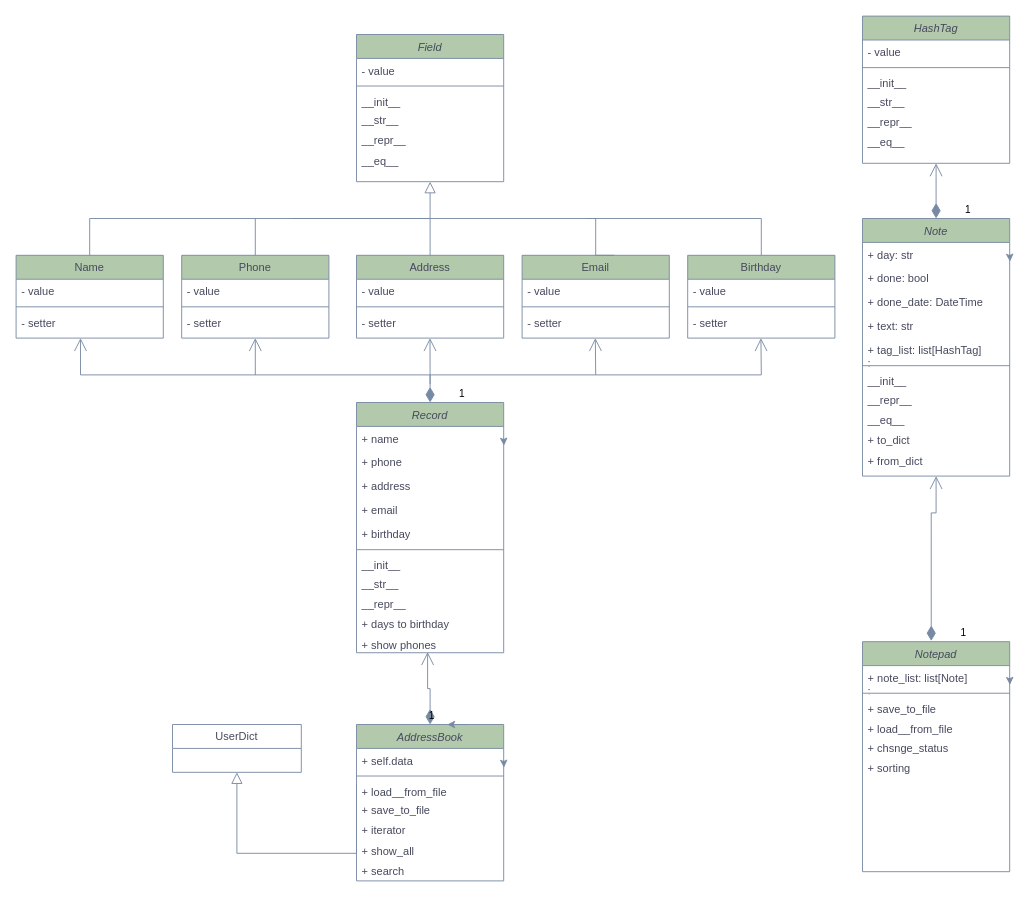
Before: Диаграмма без названия.drawio in Nton118/memomind, a draw.io diagram. Source tidied: cells renumbered, new cells numbered last; positions are measured from the earlier drawing's top-left corner, leaving out a move shared by most shapes. Both pictures are drawn from the tidied source at 92%, with x=0, y=0 at pixel (16, 16).
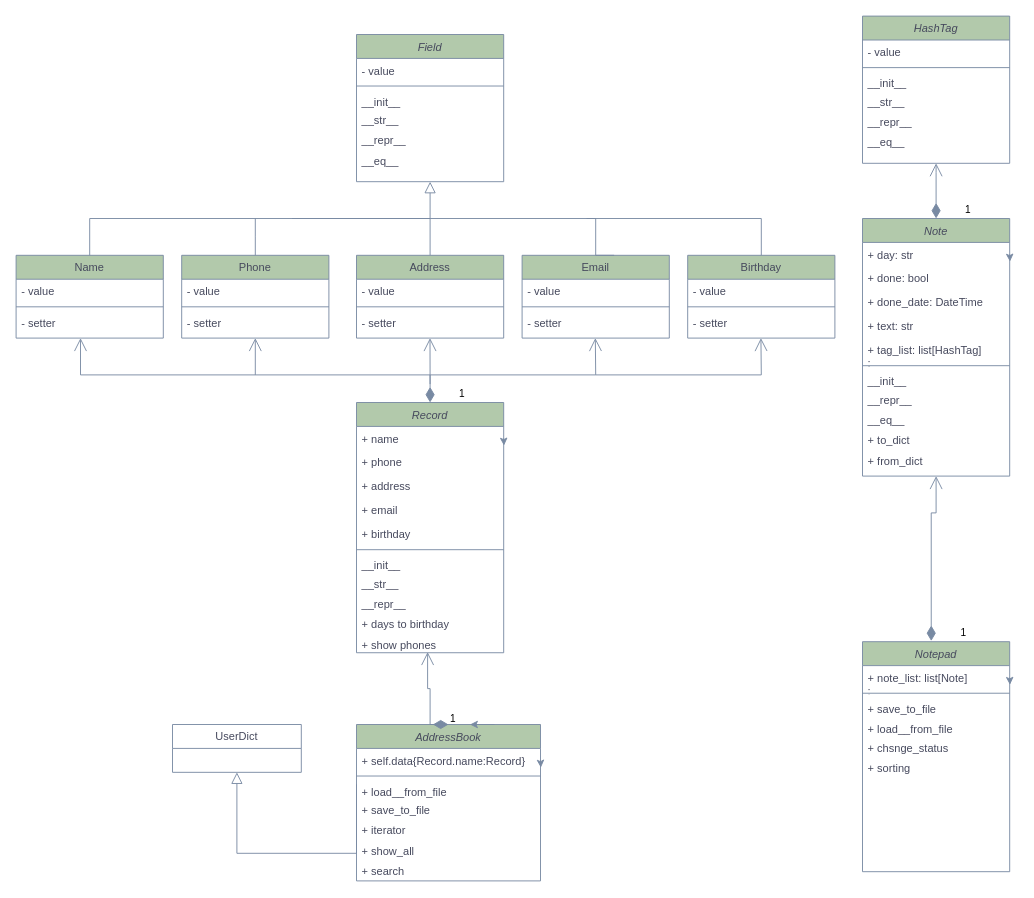
The same page after the edit.

Diff of the diagram source:
```diff
@@
     <mxCell id="52" value="AddressBook" style="swimlane;fontStyle=2;align=center;verticalAlign=top;horizontal=1;startSize=26;rounded=0;shadow=0;strokeWidth=1;labelBackgroundColor=none;fillColor=#B2C9AB;strokeColor=#788AA3;fontColor=#46495D;" parent="1" vertex="1">
-      <mxGeometry x="370" y="770" width="160" height="170" as="geometry" />
+      <mxGeometry x="370" y="770" width="200" height="170" as="geometry" />
     </mxCell>
-    <mxCell id="53" value="+ self.data" style="text;align=left;verticalAlign=top;spacingLeft=4;spacingRight=4;overflow=hidden;points=[[0,0.5],[1,0.5]];portConstraint=eastwest;labelBackgroundColor=none;fontColor=#46495D;" parent="52" vertex="1">
-      <mxGeometry y="26" width="160" height="26" as="geometry" />
+    <mxCell id="53" value="+ self.data{Record.name:Record}" style="text;align=left;verticalAlign=top;spacingLeft=4;spacingRight=4;overflow=hidden;points=[[0,0.5],[1,0.5]];portConstraint=eastwest;labelBackgroundColor=none;fontColor=#46495D;" parent="52" vertex="1">
+      <mxGeometry y="26" width="200" height="26" as="geometry" />
     </mxCell>
     <mxCell id="54" style="line;html=1;strokeWidth=1;align=left;verticalAlign=middle;spacingTop=-1;spacingLeft=3;spacingRight=3;labelPosition=right;labelBackgroundColor=none;fillColor=#B2C9AB;strokeColor=#788AA3;fontColor=#46495D;" parent="52" vertex="1">
-      <mxGeometry y="52" width="160" height="8" as="geometry" />
+      <mxGeometry y="52" width="200" height="8" as="geometry" />
     </mxCell>
     <mxCell id="55" value="+ load__from_file" style="text;align=left;verticalAlign=top;spacingLeft=4;spacingRight=4;overflow=hidden;labelBackgroundColor=none;fontColor=#46495D;" parent="52" vertex="1">
-      <mxGeometry y="60" width="160" height="20" as="geometry" />
+      <mxGeometry y="60" width="200" height="20" as="geometry" />
     </mxCell>
     <mxCell id="56" value="+ save_to_file" style="text;align=left;verticalAlign=top;spacingLeft=4;spacingRight=4;overflow=hidden;labelBackgroundColor=none;fontColor=#46495D;" parent="52" vertex="1">
-      <mxGeometry y="80" width="160" height="22" as="geometry" />
+      <mxGeometry y="80" width="200" height="22" as="geometry" />
     </mxCell>
     <mxCell id="57" value="+ iterator" style="text;align=left;verticalAlign=top;spacingLeft=4;spacingRight=4;overflow=hidden;labelBackgroundColor=none;fontColor=#46495D;" parent="52" vertex="1">
-      <mxGeometry y="102" width="160" height="22" as="geometry" />
+      <mxGeometry y="102" width="200" height="22" as="geometry" />
     </mxCell>
     <mxCell id="58" value="+ show_all" style="text;align=left;verticalAlign=top;spacingLeft=4;spacingRight=4;overflow=hidden;labelBackgroundColor=none;fontColor=#46495D;" parent="52" vertex="1">
-      <mxGeometry y="124" width="160" height="22" as="geometry" />
+      <mxGeometry y="124" width="200" height="22" as="geometry" />
     </mxCell>
     <mxCell id="59" value="+ search" style="text;align=left;verticalAlign=top;spacingLeft=4;spacingRight=4;overflow=hidden;labelBackgroundColor=none;fontColor=#46495D;" parent="52" vertex="1">
-      <mxGeometry y="146" width="160" height="22" as="geometry" />
+      <mxGeometry y="146" width="200" height="22" as="geometry" />
     </mxCell>
```
